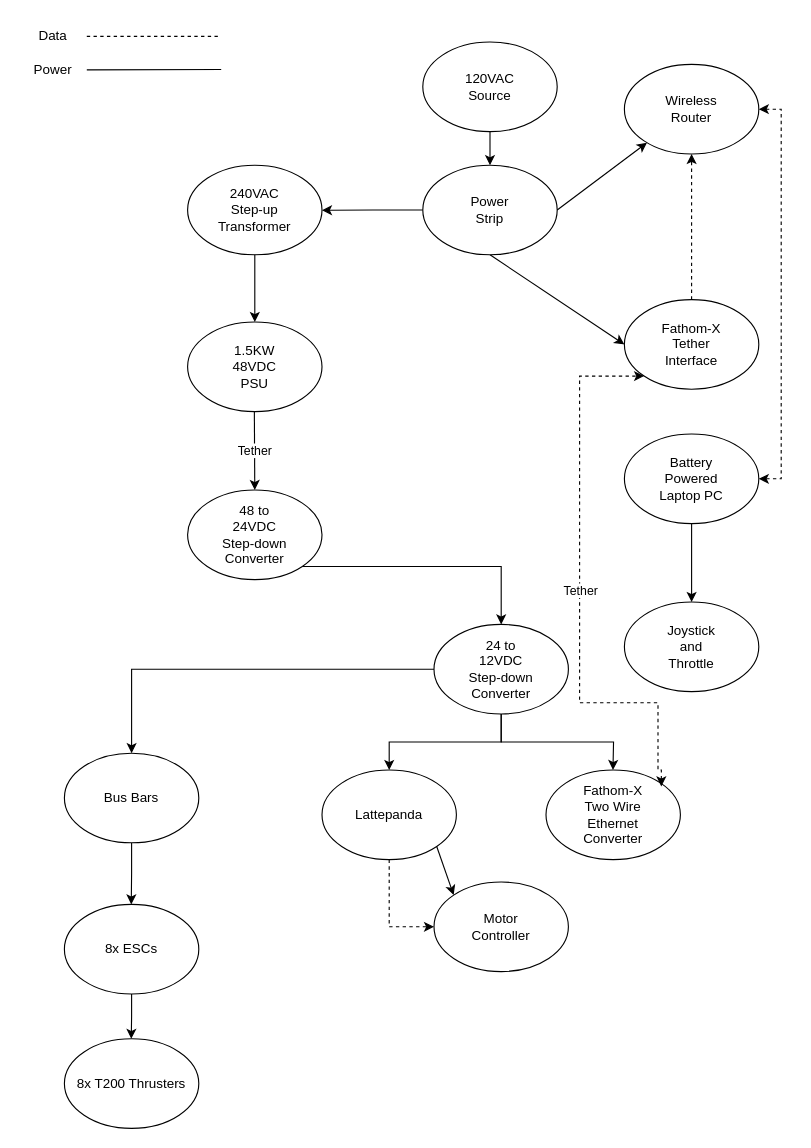
Earlier version of the draw.io diagram Untitled Diagram.drawio (markt006/MATEROVSIDS). Source tidied: cells renumbered, new cells numbered last; positions are measured from the earlier drawing's top-left corner, leaving out a move shared by most shapes. Both pictures are drawn from the tidied source at 112%, with x=0, y=0 at pixel (19, 19).
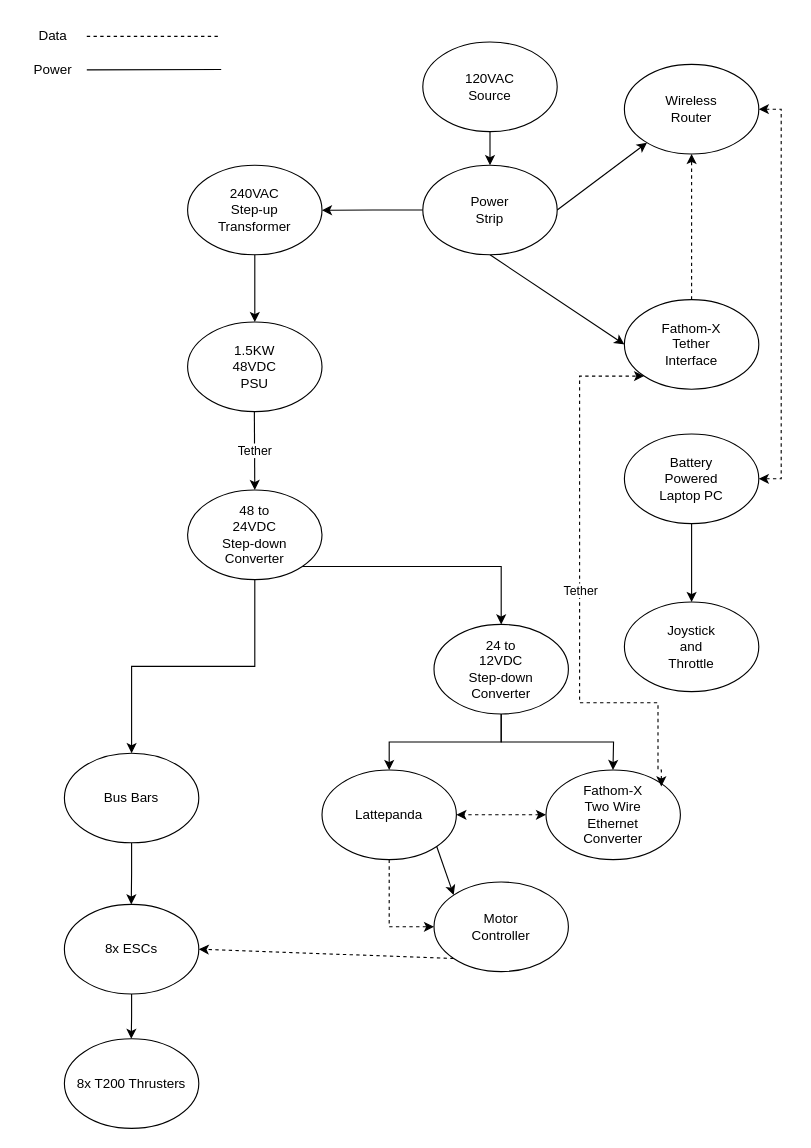
The same diagram, later.

Unchanged cells that the change refers to:
```xml
<mxCell id="45" style="ellipse;whiteSpace=wrap;html=1;" parent="43" vertex="1">
  <mxGeometry width="120" height="80" as="geometry" />
</mxCell>
<mxCell id="47" style="group;" parent="43" vertex="1">
  <mxGeometry x="120" y="120" width="320" height="310" as="geometry" />
</mxCell>
<mxCell id="49" style="ellipse;whiteSpace=wrap;html=1;" parent="48" vertex="1">
  <mxGeometry width="120" height="80" as="geometry" />
</mxCell>
<mxCell id="52" style="ellipse;whiteSpace=wrap;html=1;" parent="51" vertex="1">
  <mxGeometry width="120" height="80" as="geometry" />
</mxCell>
<mxCell id="55" style="ellipse;whiteSpace=wrap;html=1;" parent="54" vertex="1">
  <mxGeometry width="120" height="80" as="geometry" />
</mxCell>
<mxCell id="60" style="ellipse;whiteSpace=wrap;html=1;" parent="59" vertex="1">
  <mxGeometry width="120" height="80" as="geometry" />
</mxCell>
<mxCell id="68" style="ellipse;whiteSpace=wrap;html=1;" parent="66" vertex="1">
  <mxGeometry width="120" height="80" as="geometry" />
</mxCell>
<mxCell id="74" value="8x ESCs" style="text;html=1;align=center;verticalAlign=middle;whiteSpace=wrap;rounded=0;" parent="71" vertex="1" collapsed="1">
  <mxGeometry x="10" y="25" width="100" height="30" as="geometry" />
</mxCell>
```

The edit, as a diff of the source:
```diff
@@
+    <mxCell id="78" style="edgeStyle=orthogonalEdgeStyle;rounded=0;jettySize=auto;html=1;exitX=0;exitY=0.5;exitDx=0;exitDy=0;entryX=1;entryY=0.5;entryDx=0;entryDy=0;dashed=1;startArrow=classic;startFill=1;" parent="47" edge="1" source="52" target="55">
+      <mxGeometry relative="1" as="geometry" />
+    </mxCell>
@@
-    <mxCell id="70" style="edgeStyle=orthogonalEdgeStyle;rounded=0;jettySize=auto;html=1;exitX=0;exitY=0.5;exitDx=0;exitDy=0;entryX=0.5;entryY=0;entryDx=0;entryDy=0;" parent="1" edge="1" source="49" target="68">
+    <mxCell id="70" style="edgeStyle=orthogonalEdgeStyle;rounded=0;jettySize=auto;html=1;exitX=0.5;exitY=1;exitDx=0;exitDy=0;entryX=0.5;entryY=0;entryDx=0;entryDy=0;" parent="1" edge="1" source="45" target="68">
       <mxGeometry relative="1" as="geometry" />
     </mxCell>
@@
+    <mxCell id="79" style="rounded=0;jettySize=auto;html=1;exitX=0;exitY=1;exitDx=0;exitDy=0;entryX=1.1;entryY=0.5;entryDx=0;entryDy=0;entryPerimeter=0;dashed=1;" parent="1" edge="1" source="60" target="74">
+      <mxGeometry relative="1" as="geometry" />
+    </mxCell>
```
